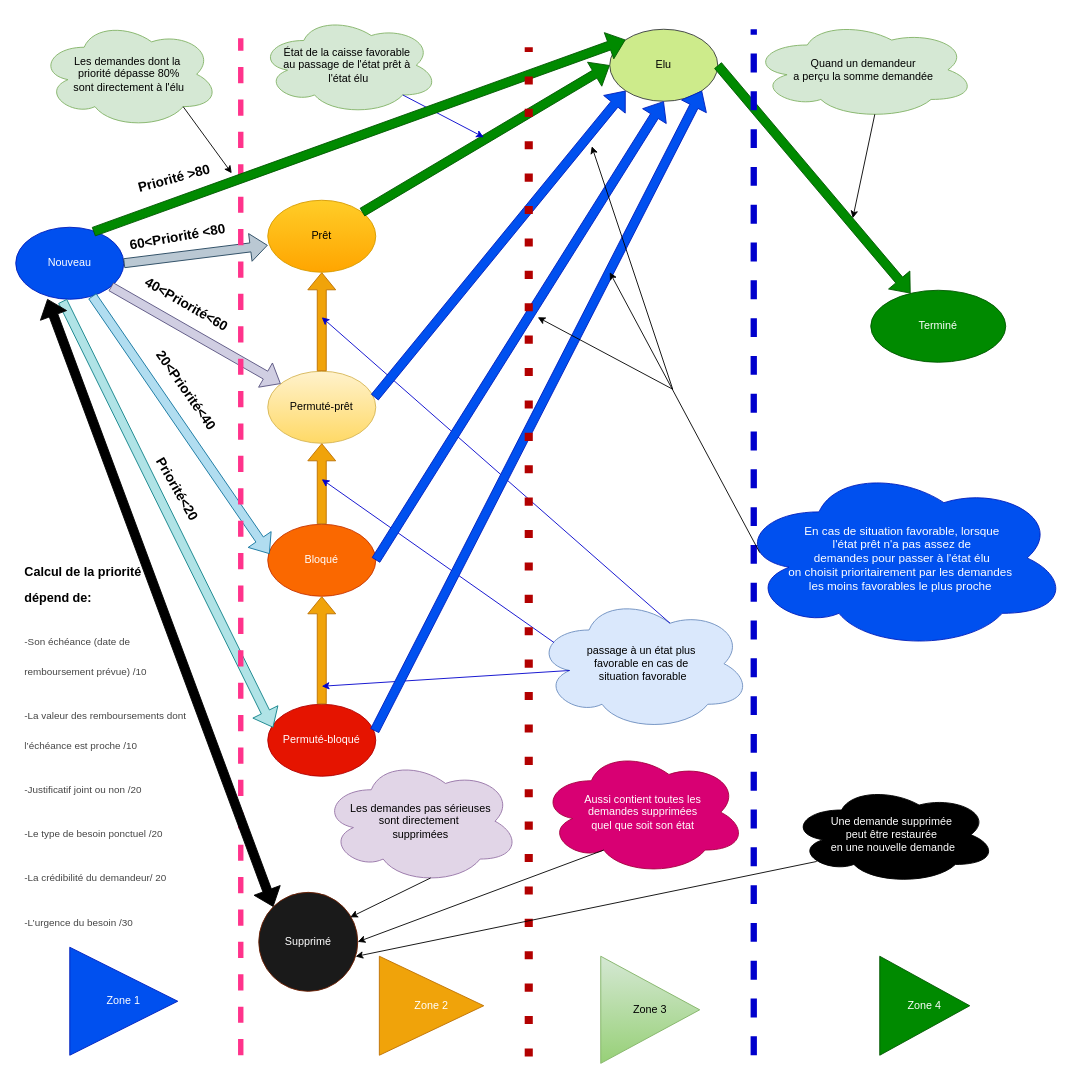
Earlier version of the draw.io diagram Gestion optimale des demandes.drawio (ambou-97/Sutura). Source tidied: cells renumbered, new cells numbered last; positions are measured from the earlier drawing's top-left corner, leaving out a move shared by most shapes. Both pictures are drawn from the tidied source at 90%, with x=0, y=0 at pixel (15, 15).
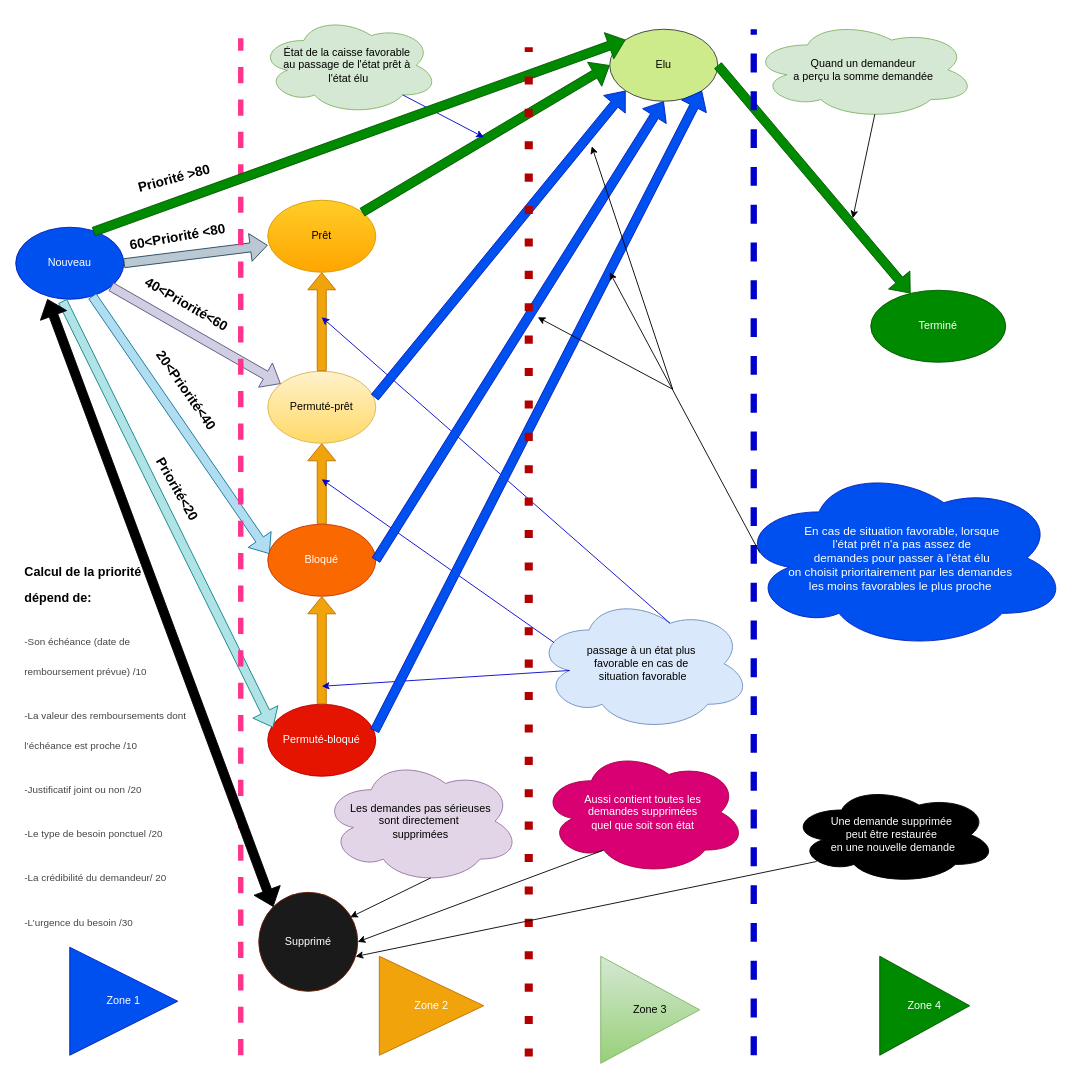
After the change.

Diff of the diagram source:
```diff
@@
-    <mxCell id="41" value="Les demandes dont la&amp;nbsp;&lt;br&gt;priorité dépasse 80%&lt;br&gt;sont directement à l'élu" style="ellipse;shape=cloud;whiteSpace=wrap;html=1;fillColor=#d5e8d4;strokeColor=#82b366;" parent="1" vertex="1">
-      <mxGeometry x="26" y="5" width="200" height="120" as="geometry" />
-    </mxCell>
-    <mxCell id="42" style="endArrow=classic;html=1;exitX=0.8;exitY=0.8;exitDx=0;exitDy=0;exitPerimeter=0;" parent="1" edge="1" source="41">
-      <mxGeometry relative="1" as="geometry">
-        <mxPoint x="240" y="175" as="targetPoint" />
-      </mxGeometry>
-    </mxCell>
```
